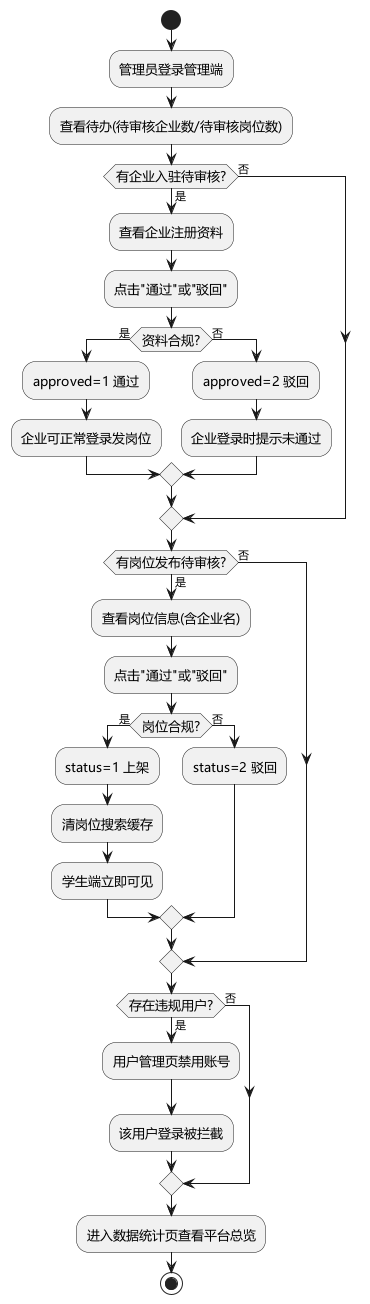
Above: uml/png/李嘉文/管理端审核活动图.png in sheep7-bot/recruit-internship-system (PlantUML), before the change.
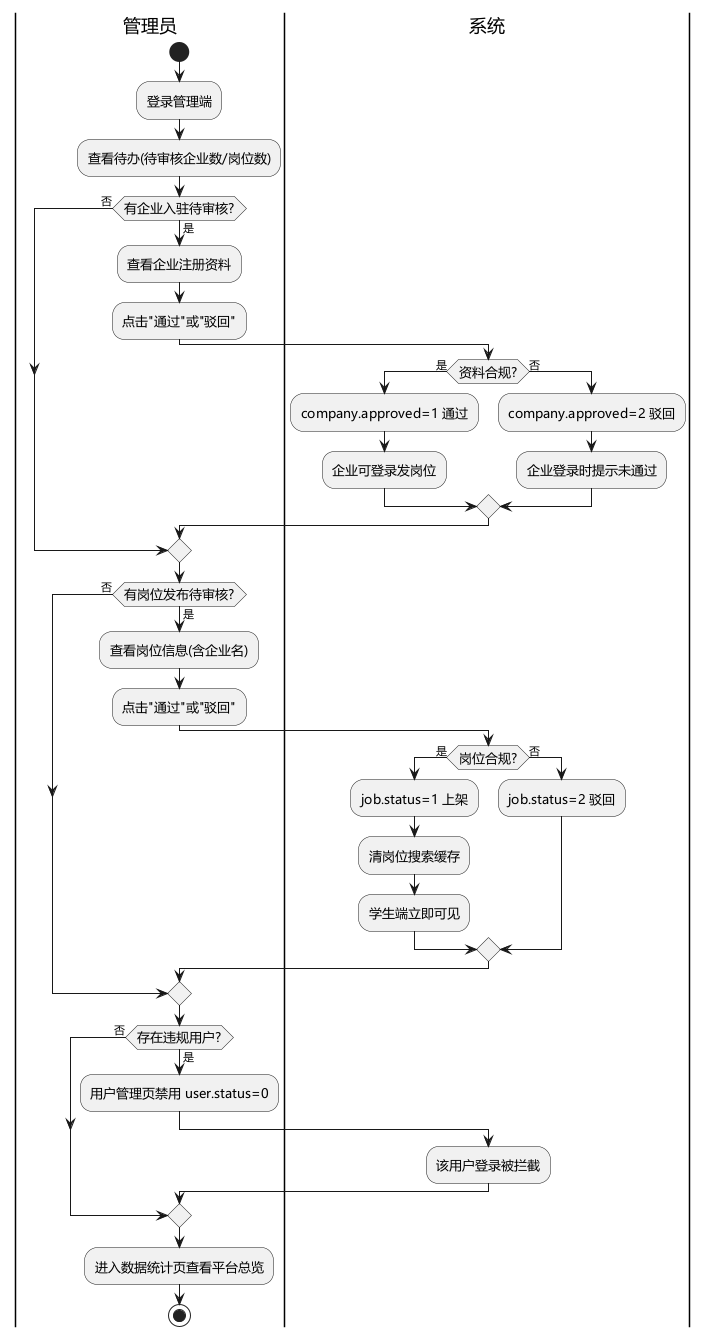
The same diagram one commit later.

The edit, as a diff of the source:
```diff
@@ -4,38 +4,45 @@
 skinparam activityFontSize 13
 skinparam defaultTextAlignment center
 
+|管理员|
 start
-:管理员登录管理端;
-:查看待办(待审核企业数/待审核岗位数);
+:登录管理端;
+:查看待办(待审核企业数/岗位数);
 if (有企业入驻待审核?) then (是)
   :查看企业注册资料;
   :点击"通过"或"驳回";
+  |系统|
   if (资料合规?) then (是)
-    :approved=1 通过;
-    :企业可正常登录发岗位;
+    :company.approved=1 通过;
+    :企业可登录发岗位;
   else (否)
-    :approved=2 驳回;
+    :company.approved=2 驳回;
     :企业登录时提示未通过;
   endif
 else (否)
 endif
+|管理员|
 if (有岗位发布待审核?) then (是)
   :查看岗位信息(含企业名);
   :点击"通过"或"驳回";
+  |系统|
   if (岗位合规?) then (是)
-    :status=1 上架;
+    :job.status=1 上架;
     :清岗位搜索缓存;
     :学生端立即可见;
   else (否)
-    :status=2 驳回;
+    :job.status=2 驳回;
   endif
 else (否)
 endif
+|管理员|
 if (存在违规用户?) then (是)
-  :用户管理页禁用账号;
+  :用户管理页禁用 user.status=0;
+  |系统|
   :该用户登录被拦截;
 else (否)
 endif
+|管理员|
 :进入数据统计页查看平台总览;
 stop
 @enduml
```
